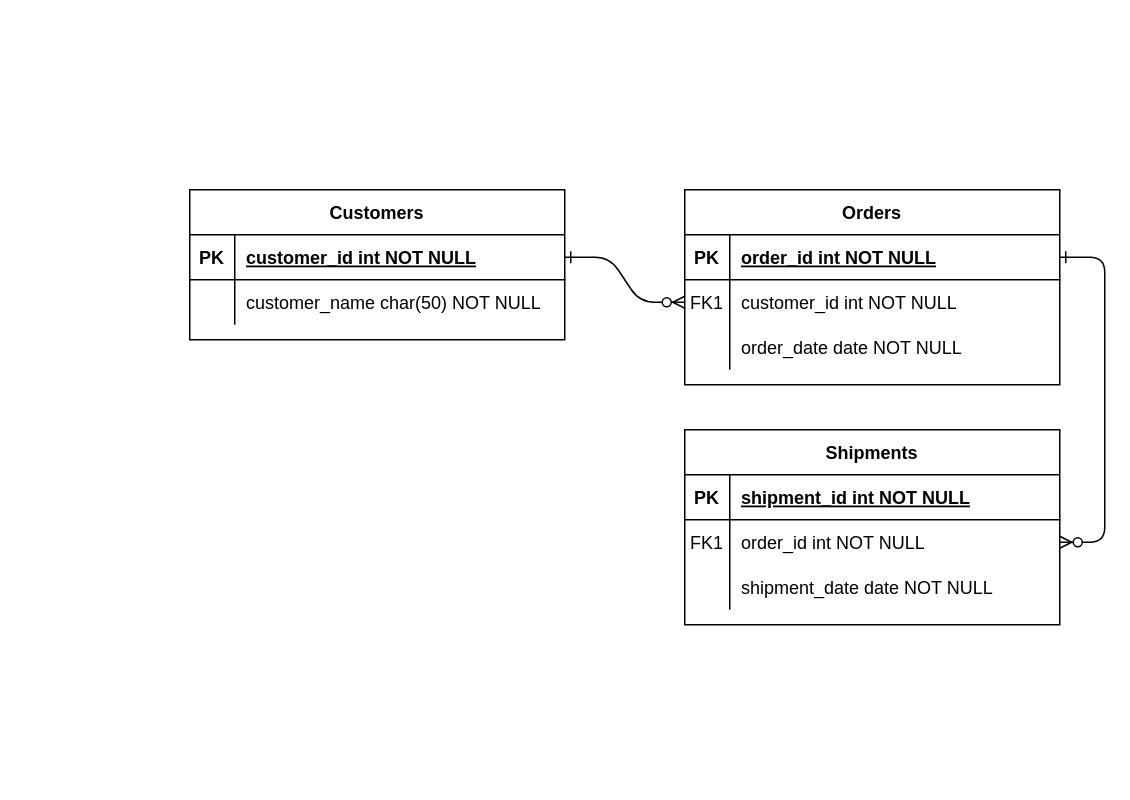
Above: Untitled Diagram.drawio in mavericpocrepo/MavBankingPOC (draw.io), before the change. Source tidied: cells renumbered, new cells numbered last; positions are measured from the earlier drawing's top-left corner, leaving out a move shared by most shapes. Both pictures are drawn from the tidied source at 150%, with x=0, y=0 at pixel (189, 189).
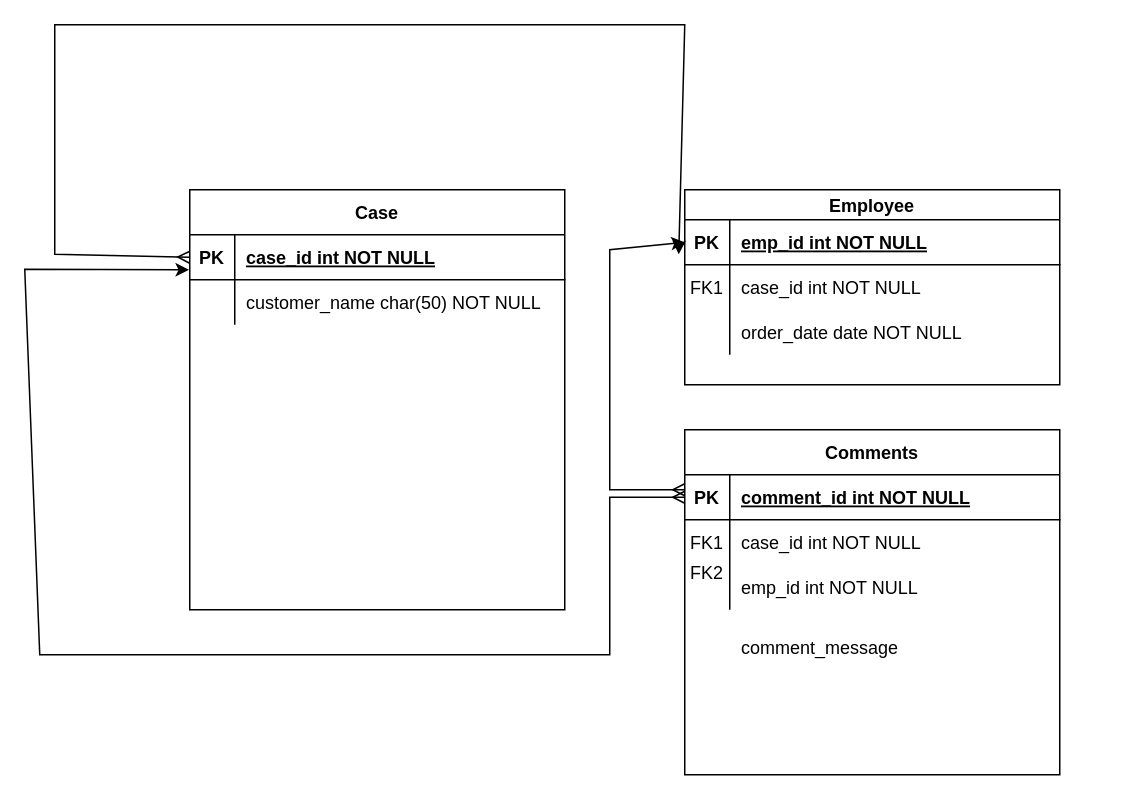
After the change.

The change refers to these unchanged cells:
```xml
<mxCell id="15" style="shape=partialRectangle;fillColor=none;points=[[0,0.5],[1,0.5]];portConstraint=eastwest;top=0;left=0;right=0;bottom=1;" parent="14" vertex="1">
  <mxGeometry y="30" width="250" height="30" as="geometry" />
</mxCell>
<mxCell id="18" style="shape=partialRectangle;fillColor=none;points=[[0,0.5],[1,0.5]];portConstraint=eastwest;top=0;left=0;right=0;bottom=0;" parent="14" vertex="1">
  <mxGeometry y="60" width="250" height="30" as="geometry" />
</mxCell>
<mxCell id="21" style="shape=partialRectangle;fillColor=none;top=0;left=0;right=0;bottom=0;" parent="14" vertex="1">
  <mxGeometry y="90" width="250" height="30" as="geometry" />
</mxCell>
<mxCell id="25" style="shape=partialRectangle;fillColor=none;points=[[0,0.5],[1,0.5]];portConstraint=eastwest;top=0;left=0;right=0;bottom=1;" parent="24" vertex="1">
  <mxGeometry y="30" width="250" height="30" as="geometry" />
</mxCell>
```

What changed in the source:
```diff
@@
-    <mxCell id="2" style="edgeStyle=entityRelationEdgeStyle;endArrow=ERzeroToMany;startArrow=ERone;endFill=1;startFill=0;" parent="1" edge="1" source="25" target="8">
-      <mxGeometry relative="1" as="geometry" />
-    </mxCell>
-    <mxCell id="3" style="edgeStyle=entityRelationEdgeStyle;endArrow=ERzeroToMany;startArrow=ERone;endFill=1;startFill=0;" parent="1" edge="1" source="5" target="18">
-      <mxGeometry relative="1" as="geometry" />
-    </mxCell>
-    <mxCell id="4" value="Orders" style="shape=table;startSize=30;childLayout=tableLayout;rowLines=0;fontStyle=1;align=center;" parent="1" vertex="1">
+    <mxCell id="4" value="Employee" style="shape=table;startSize=20;childLayout=tableLayout;rowLines=0;fontStyle=1;align=center;" parent="1" vertex="1">
       <mxGeometry x="330" width="250" height="130" as="geometry" />
     </mxCell>
     <mxCell id="5" style="shape=partialRectangle;fillColor=none;points=[[0,0.5],[1,0.5]];portConstraint=eastwest;top=0;left=0;right=0;bottom=1;" parent="4" vertex="1">
-      <mxGeometry y="30" width="250" height="30" as="geometry" />
+      <mxGeometry y="20" width="250" height="30" as="geometry" />
     </mxCell>
@@
-    <mxCell id="7" value="order_id int NOT NULL " style="shape=partialRectangle;overflow=hidden;fillColor=none;top=0;left=0;bottom=0;right=0;align=left;spacingLeft=6;fontStyle=5;" parent="5" vertex="1">
+    <mxCell id="7" value="emp_id int NOT NULL " style="shape=partialRectangle;overflow=hidden;fillColor=none;top=0;left=0;bottom=0;right=0;align=left;spacingLeft=6;fontStyle=5;" parent="5" vertex="1">
       <mxGeometry x="30" width="220" height="30" as="geometry" />
     </mxCell>
     <mxCell id="8" style="shape=partialRectangle;fillColor=none;points=[[0,0.5],[1,0.5]];portConstraint=eastwest;top=0;left=0;right=0;bottom=0;" parent="4" vertex="1">
-      <mxGeometry y="60" width="250" height="30" as="geometry" />
+      <mxGeometry y="50" width="250" height="30" as="geometry" />
     </mxCell>
@@
-    <mxCell id="10" value="customer_id int NOT NULL" style="shape=partialRectangle;overflow=hidden;fillColor=none;top=0;left=0;bottom=0;right=0;align=left;spacingLeft=6;" parent="8" vertex="1">
+    <mxCell id="10" value="case_id int NOT NULL" style="shape=partialRectangle;overflow=hidden;fillColor=none;top=0;left=0;bottom=0;right=0;align=left;spacingLeft=6;" parent="8" vertex="1">
       <mxGeometry x="30" width="220" height="30" as="geometry" />
     </mxCell>
     <mxCell id="11" style="shape=partialRectangle;fillColor=none;top=0;left=0;right=0;bottom=0;" parent="4" vertex="1">
-      <mxGeometry y="90" width="250" height="30" as="geometry" />
+      <mxGeometry y="80" width="250" height="30" as="geometry" />
     </mxCell>
@@
-    <mxCell id="14" value="Shipments" style="shape=table;startSize=30;childLayout=tableLayout;rowLines=0;fontStyle=1;align=center;" parent="1" vertex="1">
-      <mxGeometry x="330" y="160" width="250" height="130" as="geometry" />
+    <mxCell id="14" value="Comments" style="shape=table;startSize=30;childLayout=tableLayout;rowLines=0;fontStyle=1;align=center;" parent="1" vertex="1">
+      <mxGeometry x="330" y="160" width="250" height="230" as="geometry" />
     </mxCell>
@@
-    <mxCell id="17" value="shipment_id int NOT NULL " style="shape=partialRectangle;overflow=hidden;fillColor=none;top=0;left=0;bottom=0;right=0;align=left;spacingLeft=6;fontStyle=5;" parent="15" vertex="1">
+    <mxCell id="17" value="comment_id int NOT NULL " style="shape=partialRectangle;overflow=hidden;fillColor=none;top=0;left=0;bottom=0;right=0;align=left;spacingLeft=6;fontStyle=5;" parent="15" vertex="1">
       <mxGeometry x="30" width="220" height="30" as="geometry" />
     </mxCell>
@@
-    <mxCell id="20" value="order_id int NOT NULL" style="shape=partialRectangle;overflow=hidden;fillColor=none;top=0;left=0;bottom=0;right=0;align=left;spacingLeft=6;" parent="18" vertex="1">
+    <mxCell id="20" value="case_id int NOT NULL" style="shape=partialRectangle;overflow=hidden;fillColor=none;top=0;left=0;bottom=0;right=0;align=left;spacingLeft=6;" parent="18" vertex="1">
       <mxGeometry x="30" width="220" height="30" as="geometry" />
     </mxCell>
@@
-    <mxCell id="23" value="shipment_date date NOT NULL" style="shape=partialRectangle;overflow=hidden;fillColor=none;top=0;left=0;bottom=0;right=0;align=left;spacingLeft=6;" parent="21" vertex="1">
+    <mxCell id="23" value="emp_id int NOT NULL" style="shape=partialRectangle;overflow=hidden;fillColor=none;top=0;left=0;bottom=0;right=0;align=left;spacingLeft=6;" parent="21" vertex="1">
       <mxGeometry x="30" width="220" height="30" as="geometry" />
     </mxCell>
-    <mxCell id="24" value="Customers" style="shape=table;startSize=30;childLayout=tableLayout;rowLines=0;fontStyle=1;align=center;" parent="1" vertex="1">
-      <mxGeometry width="250" height="100" as="geometry" />
+    <mxCell id="24" value="Case" style="shape=table;startSize=30;childLayout=tableLayout;rowLines=0;fontStyle=1;align=center;" parent="1" vertex="1">
+      <mxGeometry width="250" height="280" as="geometry" />
     </mxCell>
@@
-    <mxCell id="27" value="customer_id int NOT NULL " style="shape=partialRectangle;overflow=hidden;fillColor=none;top=0;left=0;bottom=0;right=0;align=left;spacingLeft=6;fontStyle=5;" parent="25" vertex="1">
+    <mxCell id="27" value="case_id int NOT NULL " style="shape=partialRectangle;overflow=hidden;fillColor=none;top=0;left=0;bottom=0;right=0;align=left;spacingLeft=6;fontStyle=5;" parent="25" vertex="1">
       <mxGeometry x="30" width="220" height="30" as="geometry" />
     </mxCell>
@@
+    <mxCell id="31" value="FK2" style="shape=partialRectangle;overflow=hidden;fillColor=none;top=0;left=0;bottom=0;right=0;" parent="1" vertex="1">
+      <mxGeometry x="330" y="240" width="30" height="30" as="geometry" />
+    </mxCell>
+    <mxCell id="32" value="comment_message" style="shape=partialRectangle;overflow=hidden;fillColor=none;top=0;left=0;bottom=0;right=0;align=left;spacingLeft=6;" parent="1" vertex="1">
+      <mxGeometry x="360" y="290" width="220" height="30" as="geometry" />
+    </mxCell>
+    <mxCell id="33" style="endArrow=classic;startArrow=ERmany;html=1;rounded=0;startFill=0;entryX=0;entryY=0.5;entryDx=0;entryDy=0;" parent="1" edge="1" target="5">
+      <mxGeometry relative="1" as="geometry">
+        <mxPoint x="330" y="200" as="sourcePoint" />
+        <Array as="points">
+          <mxPoint x="280" y="200" />
+          <mxPoint x="280" y="140" />
+          <mxPoint x="280" y="100" />
+          <mxPoint x="280" y="40" />
+        </Array>
+      </mxGeometry>
+    </mxCell>
+    <mxCell id="34" style="endArrow=classic;startArrow=ERmany;html=1;rounded=0;startFill=0;entryX=-0.016;entryY=0.767;entryDx=0;entryDy=0;entryPerimeter=0;exitX=0;exitY=0.5;exitDx=0;exitDy=0;" parent="1" edge="1" source="25" target="5">
+      <mxGeometry relative="1" as="geometry">
+        <Array as="points">
+          <mxPoint x="-90" y="43" />
+          <mxPoint x="-90" y="-110" />
+          <mxPoint x="160" y="-110" />
+          <mxPoint x="330" y="-110" />
+        </Array>
+      </mxGeometry>
+    </mxCell>
+    <mxCell id="35" style="endArrow=classic;startArrow=ERmany;html=1;rounded=0;startFill=0;entryX=-0.002;entryY=0.78;entryDx=0;entryDy=0;entryPerimeter=0;exitX=0;exitY=0.5;exitDx=0;exitDy=0;" parent="1" edge="1" source="15" target="25">
+      <mxGeometry relative="1" as="geometry">
+        <Array as="points">
+          <mxPoint x="280" y="205" />
+          <mxPoint x="280" y="240" />
+          <mxPoint x="280" y="310" />
+          <mxPoint x="80" y="310" />
+          <mxPoint x="-10" y="310" />
+          <mxPoint x="-100" y="310" />
+          <mxPoint x="-110" y="53" />
+        </Array>
+      </mxGeometry>
+    </mxCell>
```
